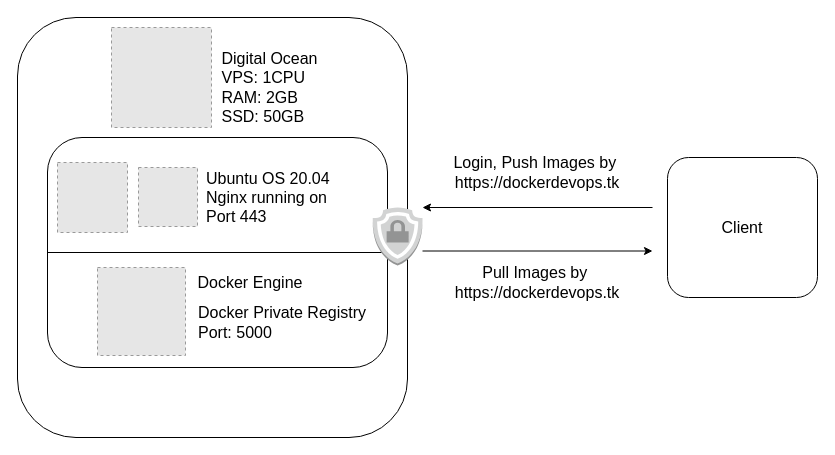
This is images/Network_topology.drawio from phonepadith/docker-private-registry, a draw.io file, before an edit. Source tidied: cells renumbered, new cells numbered last; positions are measured from the earlier drawing's top-left corner, leaving out a move shared by most shapes. Both pictures are drawn from the tidied source at 100%, with x=0, y=0 at pixel (17, 17). Pictures stored in the file or linked from it are replaced by grey dashed boxes.
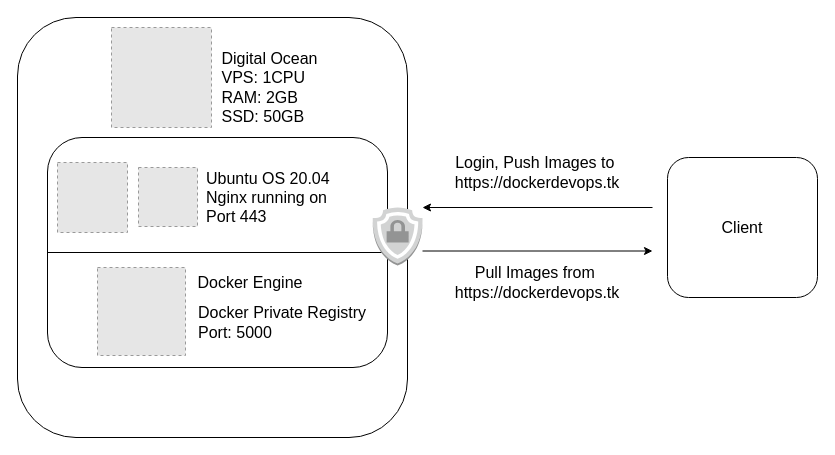
The same page after the edit.

Diff of the diagram source:
```diff
@@
-    <mxCell id="16" value="&lt;font size=&quot;3&quot;&gt;Login, Push Images by&amp;nbsp;&lt;br&gt;https://dockerdevops.tk&lt;/font&gt;" style="text;html=1;strokeColor=none;fillColor=none;align=center;verticalAlign=middle;whiteSpace=wrap;rounded=0;" parent="1" vertex="1">
+    <mxCell id="16" value="&lt;font size=&quot;3&quot;&gt;Login, Push Images to&amp;nbsp;&lt;br&gt;https://dockerdevops.tk&lt;/font&gt;" style="text;html=1;strokeColor=none;fillColor=none;align=center;verticalAlign=middle;whiteSpace=wrap;rounded=0;" parent="1" vertex="1">
       <mxGeometry x="430" y="140" width="180" height="30" as="geometry" />
     </mxCell>
-    <mxCell id="17" value="&lt;font size=&quot;3&quot;&gt;Pull Images by&amp;nbsp;&lt;br&gt;https://dockerdevops.tk&lt;/font&gt;" style="text;html=1;strokeColor=none;fillColor=none;align=center;verticalAlign=middle;whiteSpace=wrap;rounded=0;" parent="1" vertex="1">
+    <mxCell id="17" value="&lt;font size=&quot;3&quot;&gt;Pull Images from&amp;nbsp;&lt;br&gt;https://dockerdevops.tk&lt;/font&gt;" style="text;html=1;strokeColor=none;fillColor=none;align=center;verticalAlign=middle;whiteSpace=wrap;rounded=0;" parent="1" vertex="1">
       <mxGeometry x="430" y="250" width="180" height="30" as="geometry" />
     </mxCell>
```
